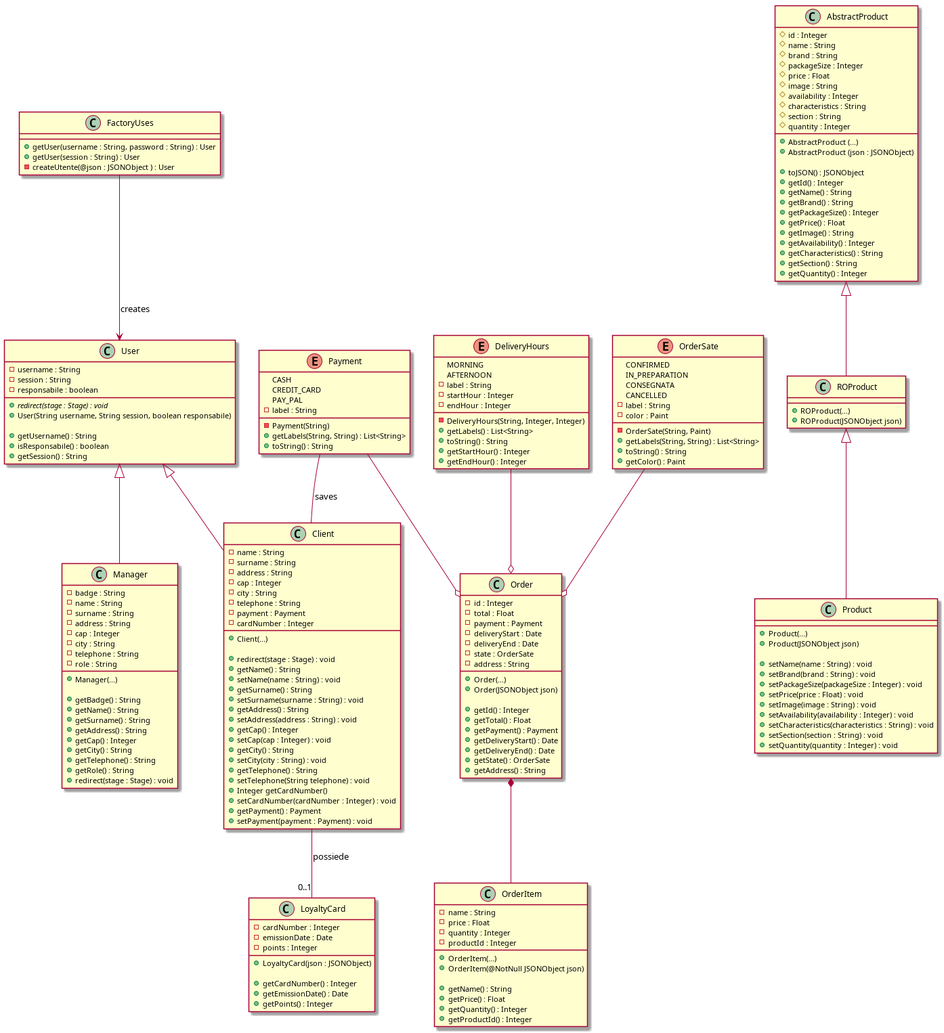
Before: docs/diagrams/images/client_models_class.png, a diagram exported from PlantUML (joshuachp/progetto_ingegneria_software).
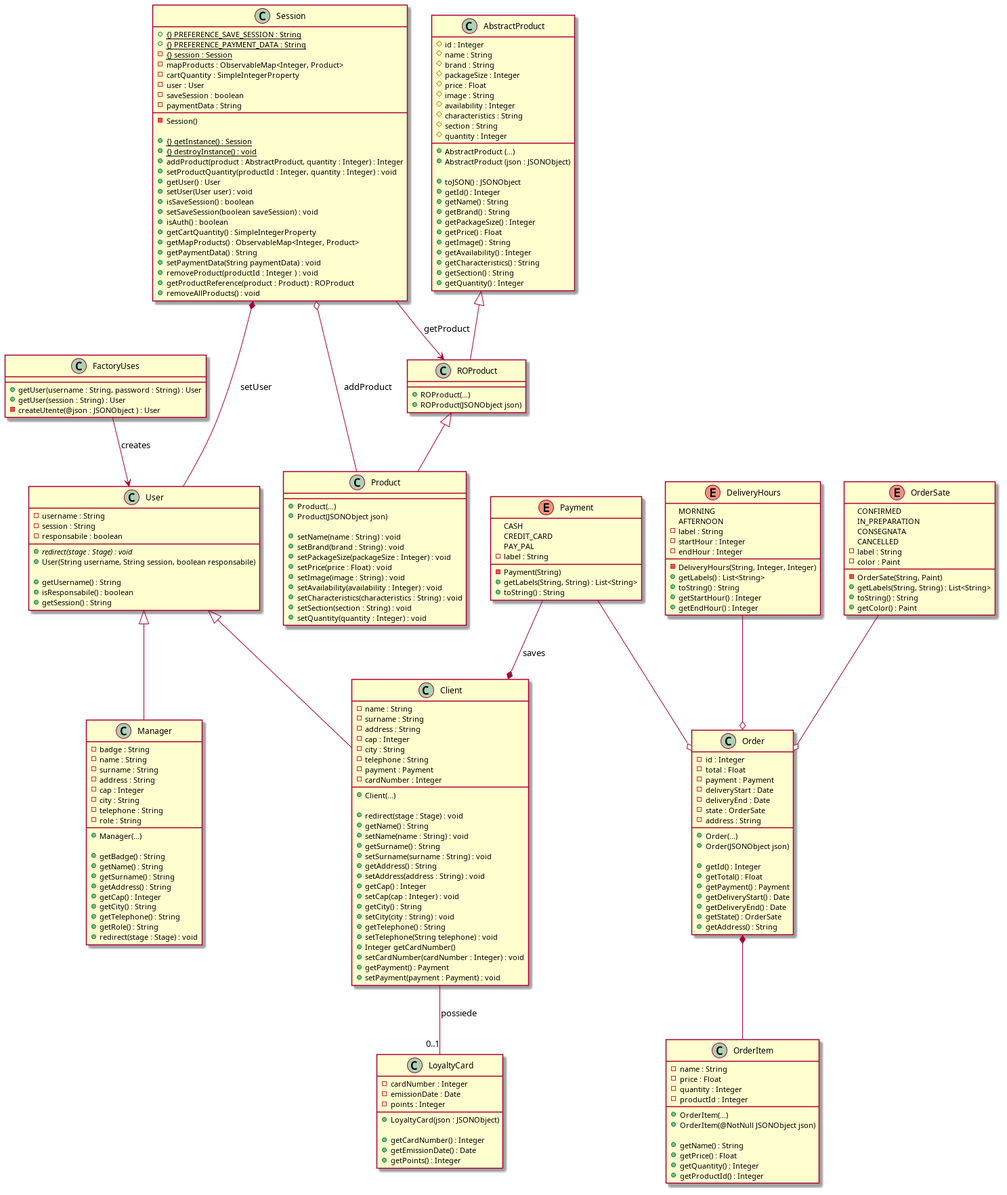
The same file after the commit.

Commit message:
Modified client class diagram

The edit, as a diff of the source:
```diff
@@ -170,6 +170,42 @@
     + setQuantity(quantity : Integer) : void
 }
 
+class FactoryUses{
+    + getUser(username : String, password : String) : User
+    + getUser(session : String) : User
+    - createUtente(@json : JSONObject ) : User
+}
+
+class Session {
+    + {{static}} PREFERENCE_SAVE_SESSION : String
+    + {{static}} PREFERENCE_PAYMENT_DATA : String
+    - {{static}} session : Session
+    - mapProducts : ObservableMap<Integer, Product>
+    - cartQuantity : SimpleIntegerProperty
+    - user : User
+    - saveSession : boolean
+    - paymentData : String
+
+    - Session()
+
+    + {{static}} getInstance() : Session
+    + {{static}} destroyInstance() : void
+    + addProduct(product : AbstractProduct, quantity : Integer) : Integer
+    + setProductQuantity(productId : Integer, quantity : Integer) : void
+    + getUser() : User
+    + setUser(User user) : void
+    + isSaveSession() : boolean
+    + setSaveSession(boolean saveSession) : void
+    + isAuth() : boolean
+    + getCartQuantity() : SimpleIntegerProperty
+    + getMapProducts() : ObservableMap<Integer, Product>
+    + getPaymentData() : String
+    + setPaymentData(String paymentData) : void
+    + removeProduct(productId : Integer ) : void
+    + getProductReference(product : Product) : ROProduct
+    + removeAllProducts() : void
+}
+
 enum DeliveryHours {
   MORNING
   AFTERNOON
@@ -206,19 +242,19 @@
   + toString() : String
 }
 
-class FactoryUses{
-    + getUser(username : String, password : String) : User
-    + getUser(session : String) : User
-    - createUtente(@json : JSONObject ) : User
-}
 
-FactoryUses-->User : creates
 
-Payment --  Client : saves
+FactoryUses --> User : creates
+
+Payment --*  Client : saves
 Client -- "0..1" LoyaltyCard : possiede
 Order *-- OrderItem
 DeliveryHours --o Order
 OrderSate --o Order
 Payment --o Order
 
+Product --o Session : addProduct
+Session --> ROProduct : getProduct
+Session *--- User : setUser
+
 @enduml
```
